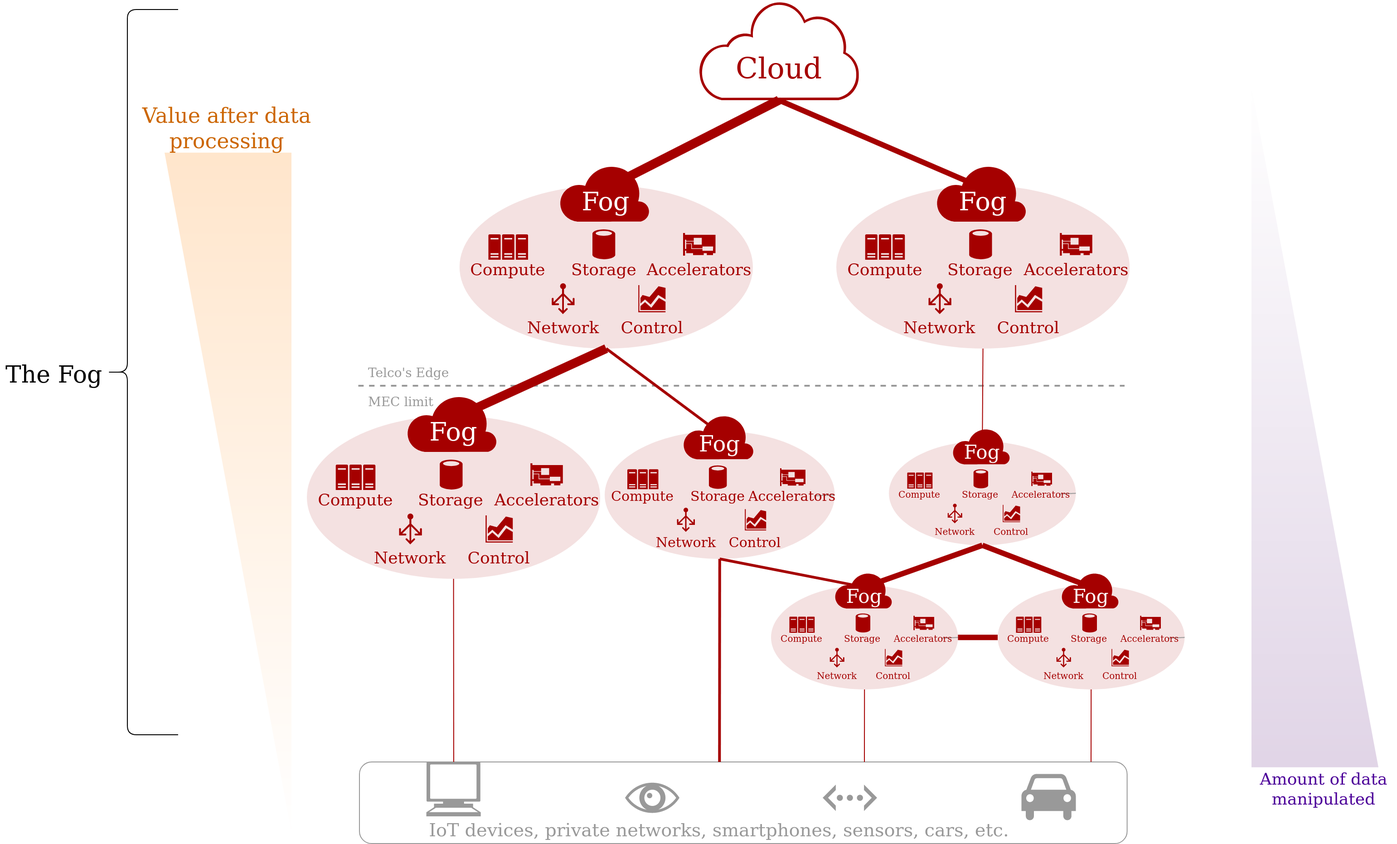
VolodiaPG/biblio_fog_faas keeps this draw.io diagram as assets/FogArchitecture.drawio.png. Above is the earlier version. Source tidied: cells renumbered, new cells last; positions are measured from the earlier drawing's top-left corner, leaving out a move shared by most shapes.
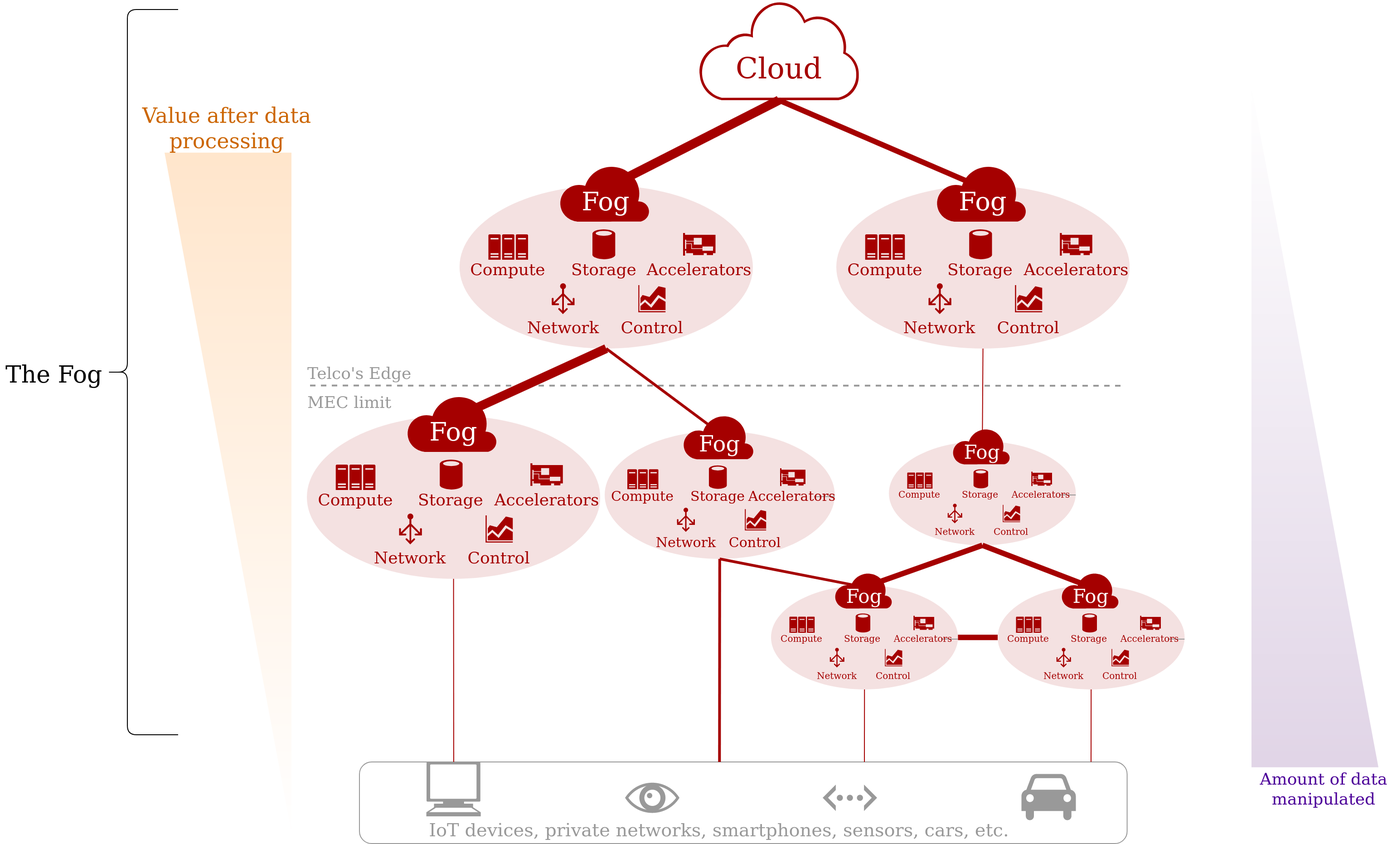
Above is the later version.

Diff of the diagram source:
```diff
@@ -47,14 +47,13 @@
     <mxCell id="12" value="&lt;font style=&quot;font-size: 20px&quot;&gt;IoT devices, private networks, smartphones, sensors, cars, etc.&lt;br&gt;&lt;/font&gt;" style="text;html=1;strokeColor=none;fillColor=none;align=center;verticalAlign=middle;whiteSpace=wrap;rounded=0;fontFamily=Computer mordern Serif;fontSource=https%3A%2F%2Fgithub.com%2Fspratt%2FComputer-Modern%2Fblob%2Fgh-pages%2Fcmunss.otf;fontSize=6;fontColor=#999999;" parent="1" vertex="1">
       <mxGeometry x="428.4" y="900" width="730" height="30" as="geometry" />
     </mxCell>
-    <mxCell id="13" style="endArrow=none;dashed=1;html=1;strokeWidth=2;fontFamily=Computer mordern Serif;fontSource=https%3A%2F%2Fgithub.com%2Fspratt%2FComputer-Modern%2Fblob%2Fgh-pages%2Fcmunss.otf;fontSize=20;fontColor=#A50000;curved=1;strokeColor=#999999;" parent="1" edge="1">
+    <mxCell id="13" style="endArrow=none;dashed=1;html=1;strokeWidth=2;fontFamily=Computer mordern Serif;fontSource=https%3A%2F%2Fgithub.com%2Fspratt%2FComputer-Modern%2Fblob%2Fgh-pages%2Fcmunss.otf;fontSize=20;fontColor=#A50000;curved=1;strokeColor=#999999;exitX=0.057;exitY=0.993;exitDx=0;exitDy=0;exitPerimeter=0;" parent="1" edge="1" source="14">
       <mxGeometry relative="1" as="geometry">
-        <mxPoint x="394.7" y="425" as="sourcePoint" />
         <mxPoint x="1240" y="425" as="targetPoint" />
       </mxGeometry>
     </mxCell>
-    <mxCell id="14" value="Telco's Edge" style="text;strokeColor=none;fillColor=none;align=left;verticalAlign=middle;spacingLeft=4;spacingRight=4;overflow=hidden;points=[[0,0.5],[1,0.5]];portConstraint=eastwest;fontFamily=Computer mordern Serif;fontSource=https%3A%2F%2Fgithub.com%2Fspratt%2FComputer-Modern%2Fblob%2Fgh-pages%2Fcmunss.otf;fontSize=14;fontColor=#999999;" parent="1" vertex="1">
-      <mxGeometry x="400" y="395" width="150" height="30" as="geometry" />
+    <mxCell id="14" value="Telco's Edge" style="text;strokeColor=none;fillColor=none;align=left;verticalAlign=middle;spacingLeft=4;spacingRight=4;overflow=hidden;points=[[0,0.5],[1,0.5]];portConstraint=eastwest;fontFamily=Computer mordern Serif;fontSource=https%3A%2F%2Fgithub.com%2Fspratt%2FComputer-Modern%2Fblob%2Fgh-pages%2Fcmunss.otf;fontSize=18;fontColor=#999999;" parent="1" vertex="1">
+      <mxGeometry x="333" y="395" width="150" height="30" as="geometry" />
     </mxCell>
     <mxCell id="15" style="shape=curlyBracket;whiteSpace=wrap;html=1;rounded=1;fontFamily=Computer mordern Serif;fontSource=https%3A%2F%2Fgithub.com%2Fspratt%2FComputer-Modern%2Fblob%2Fgh-pages%2Fcmunss.otf;fontSize=20;fontColor=#000000;strokeColor=#000000;fillColor=none;size=0.3;" parent="1" vertex="1">
       <mxGeometry x="116" y="10" width="80" height="800" as="geometry" />
@@ -86,8 +85,8 @@
     <mxCell id="24" value="&lt;font style=&quot;font-size: 23px;&quot;&gt;Value after data processing&lt;br style=&quot;font-size: 23px;&quot;&gt;&lt;/font&gt;" style="text;html=1;strokeColor=none;fillColor=none;align=center;verticalAlign=middle;whiteSpace=wrap;rounded=0;fontFamily=Computer mordern Serif;fontSource=https%3A%2F%2Fgithub.com%2Fspratt%2FComputer-Modern%2Fblob%2Fgh-pages%2Fcmunss.otf;fontSize=23;fontColor=#CC6600;" parent="1" vertex="1">
       <mxGeometry x="150" y="122" width="200" height="39" as="geometry" />
     </mxCell>
-    <mxCell id="25" value="MEC limit" style="text;strokeColor=none;fillColor=none;align=left;verticalAlign=middle;spacingLeft=4;spacingRight=4;overflow=hidden;fontFamily=Computer mordern Serif;fontSource=https%3A%2F%2Fgithub.com%2Fspratt%2FComputer-Modern%2Fblob%2Fgh-pages%2Fcmunss.otf;fontSize=14;fontColor=#999999;" parent="1" vertex="1">
-      <mxGeometry x="400" y="427" width="150" height="30" as="geometry" />
+    <mxCell id="25" value="MEC limit" style="text;strokeColor=none;fillColor=none;align=left;verticalAlign=middle;spacingLeft=4;spacingRight=4;overflow=hidden;fontFamily=Computer mordern Serif;fontSource=https%3A%2F%2Fgithub.com%2Fspratt%2FComputer-Modern%2Fblob%2Fgh-pages%2Fcmunss.otf;fontSize=18;fontColor=#999999;" parent="1" vertex="1">
+      <mxGeometry x="333" y="427" width="150" height="30" as="geometry" />
     </mxCell>
     <mxCell id="26" style="group;" parent="1" vertex="1">
       <mxGeometry x="506.4" y="180" width="323.6" height="204" as="geometry" />
```
